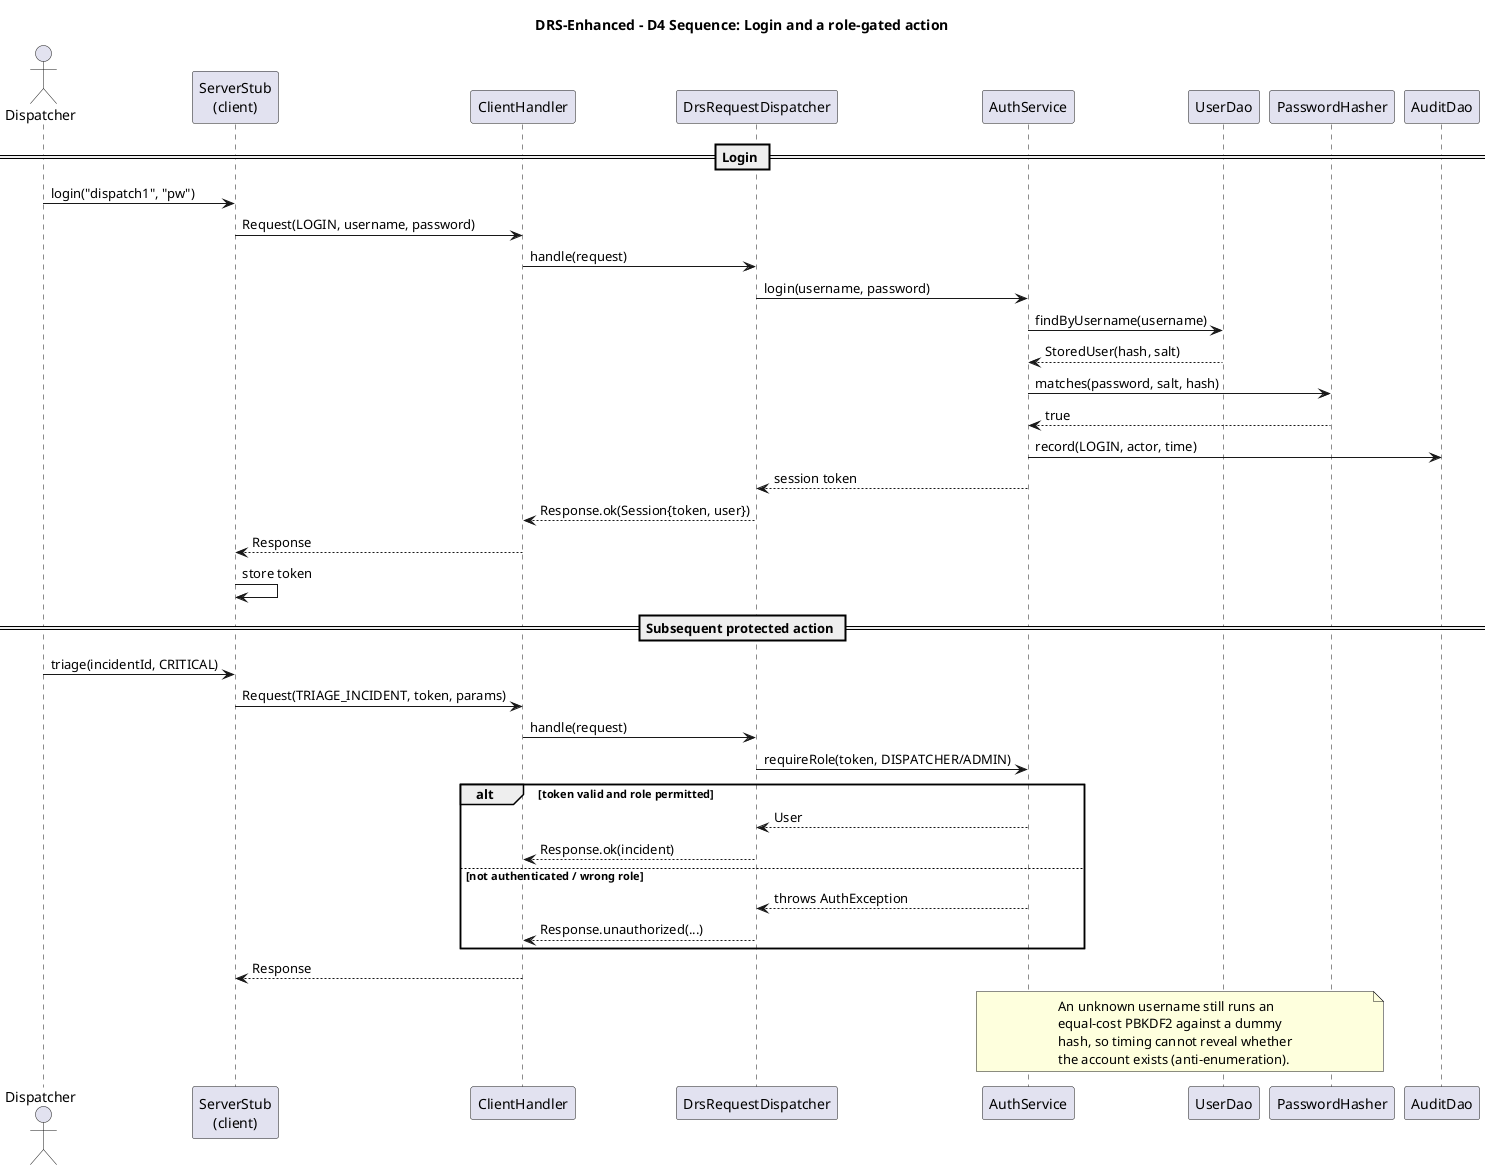
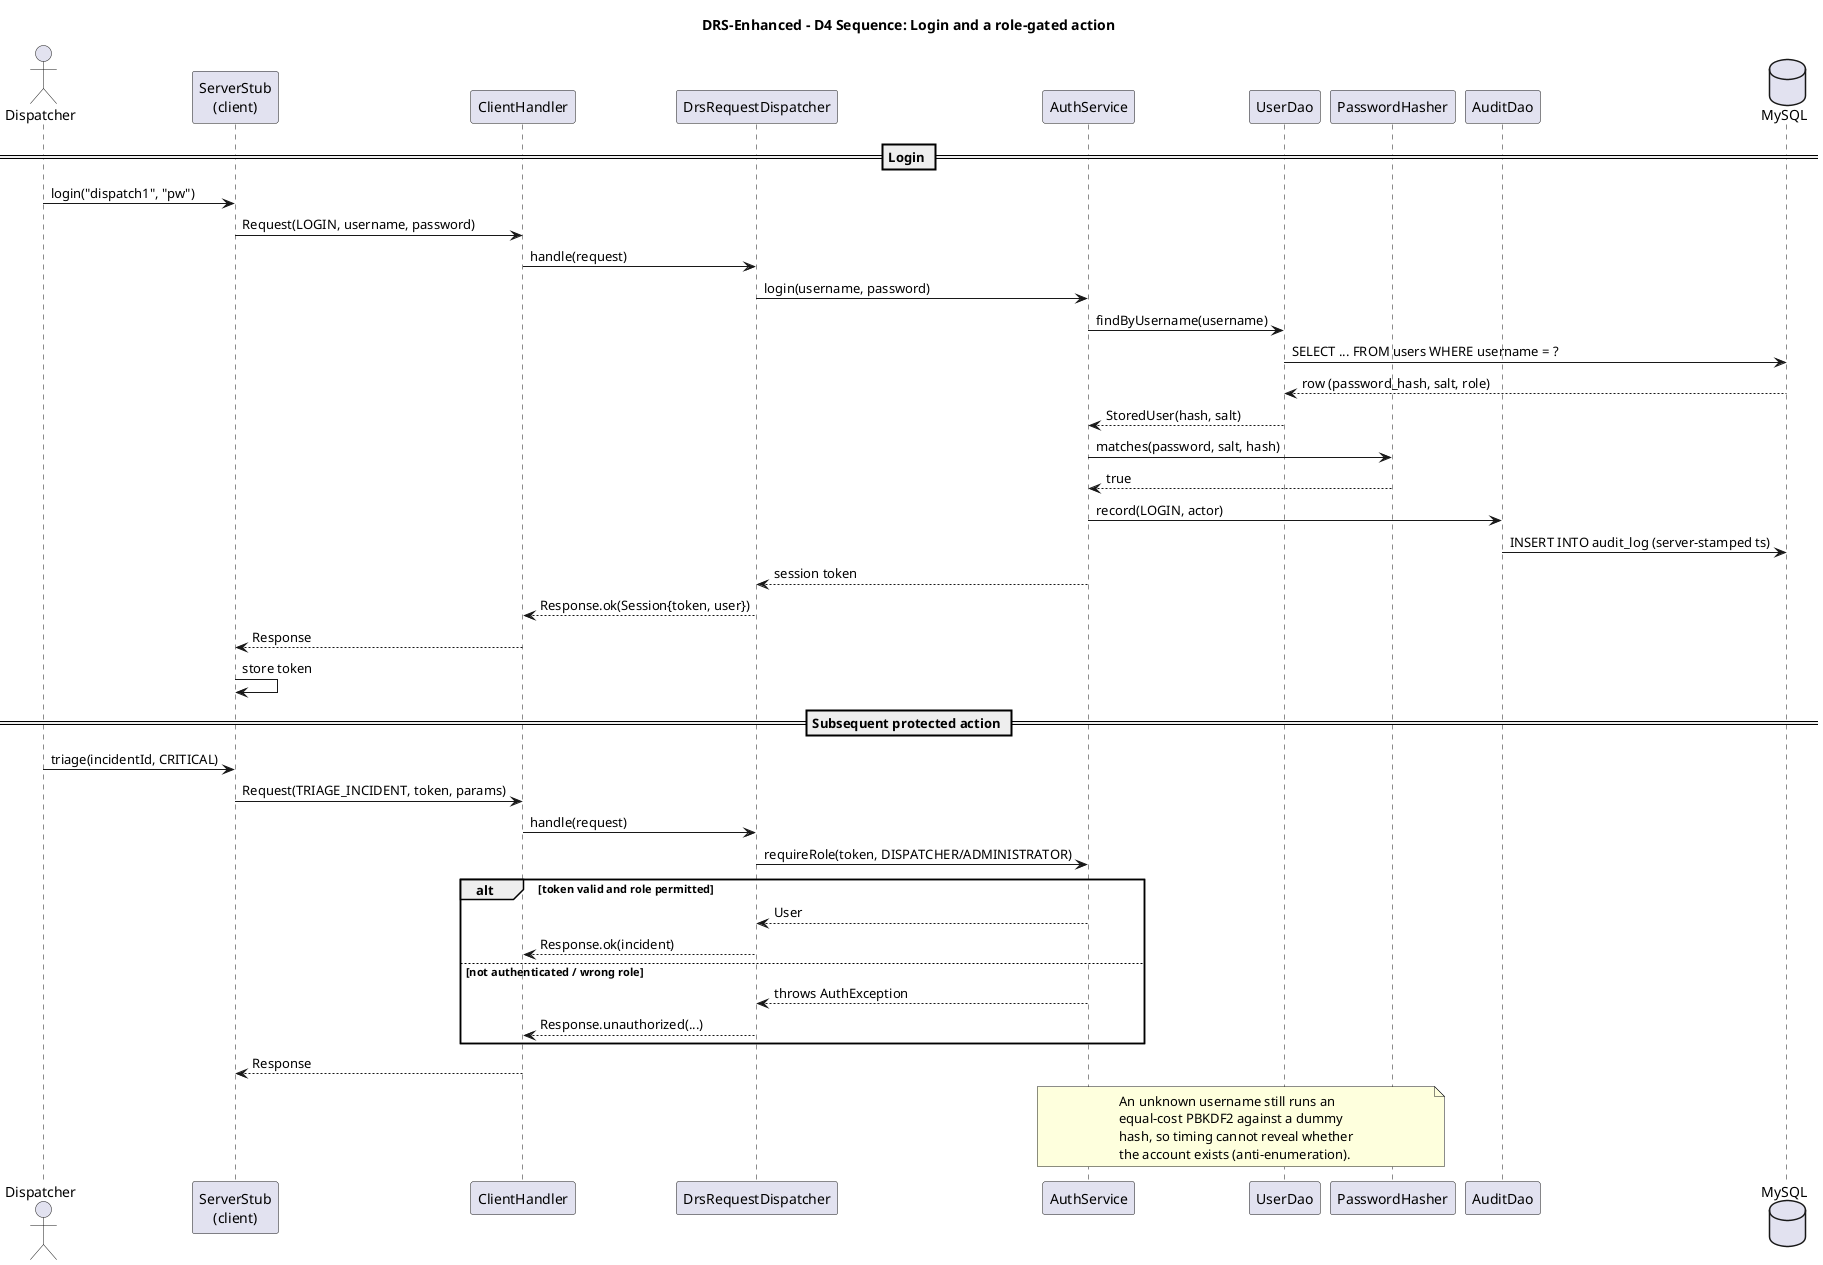
@startuml d4_sequence_login
' Author: Fabian Roberto Guzman (12287570)
title DRS-Enhanced - D4 Sequence: Login and a role-gated action

actor Dispatcher
participant "ServerStub\n(client)" as Stub
participant "ClientHandler" as Handler
participant "DrsRequestDispatcher" as Disp
participant "AuthService" as Auth
participant "UserDao" as UserDao
participant "PasswordHasher" as Hasher
participant "AuditDao" as Audit
+ database "MySQL" as DB

== Login ==
Dispatcher -> Stub : login("dispatch1", "pw")
Stub -> Handler : Request(LOGIN, username, password)
Handler -> Disp : handle(request)
Disp -> Auth : login(username, password)
Auth -> UserDao : findByUsername(username)
+ UserDao -> DB : SELECT ... FROM users WHERE username = ?
+ DB --> UserDao : row (password_hash, salt, role)
UserDao --> Auth : StoredUser(hash, salt)
Auth -> Hasher : matches(password, salt, hash)
Hasher --> Auth : true
- Auth -> Audit : record(LOGIN, actor, time)
+ Auth -> Audit : record(LOGIN, actor)
+ Audit -> DB : INSERT INTO audit_log (server-stamped ts)
Auth --> Disp : session token
Disp --> Handler : Response.ok(Session{token, user})
Handler --> Stub : Response
Stub -> Stub : store token

== Subsequent protected action ==
Dispatcher -> Stub : triage(incidentId, CRITICAL)
Stub -> Handler : Request(TRIAGE_INCIDENT, token, params)
Handler -> Disp : handle(request)
- Disp -> Auth : requireRole(token, DISPATCHER/ADMIN)
+ Disp -> Auth : requireRole(token, DISPATCHER/ADMINISTRATOR)
alt token valid and role permitted
  Auth --> Disp : User
  Disp --> Handler : Response.ok(incident)
else not authenticated / wrong role
  Auth --> Disp : throws AuthException
  Disp --> Handler : Response.unauthorized(...)
end
Handler --> Stub : Response

note over Auth, Hasher
  An unknown username still runs an
  equal-cost PBKDF2 against a dummy
  hash, so timing cannot reveal whether
  the account exists (anti-enumeration).
end note
@enduml
